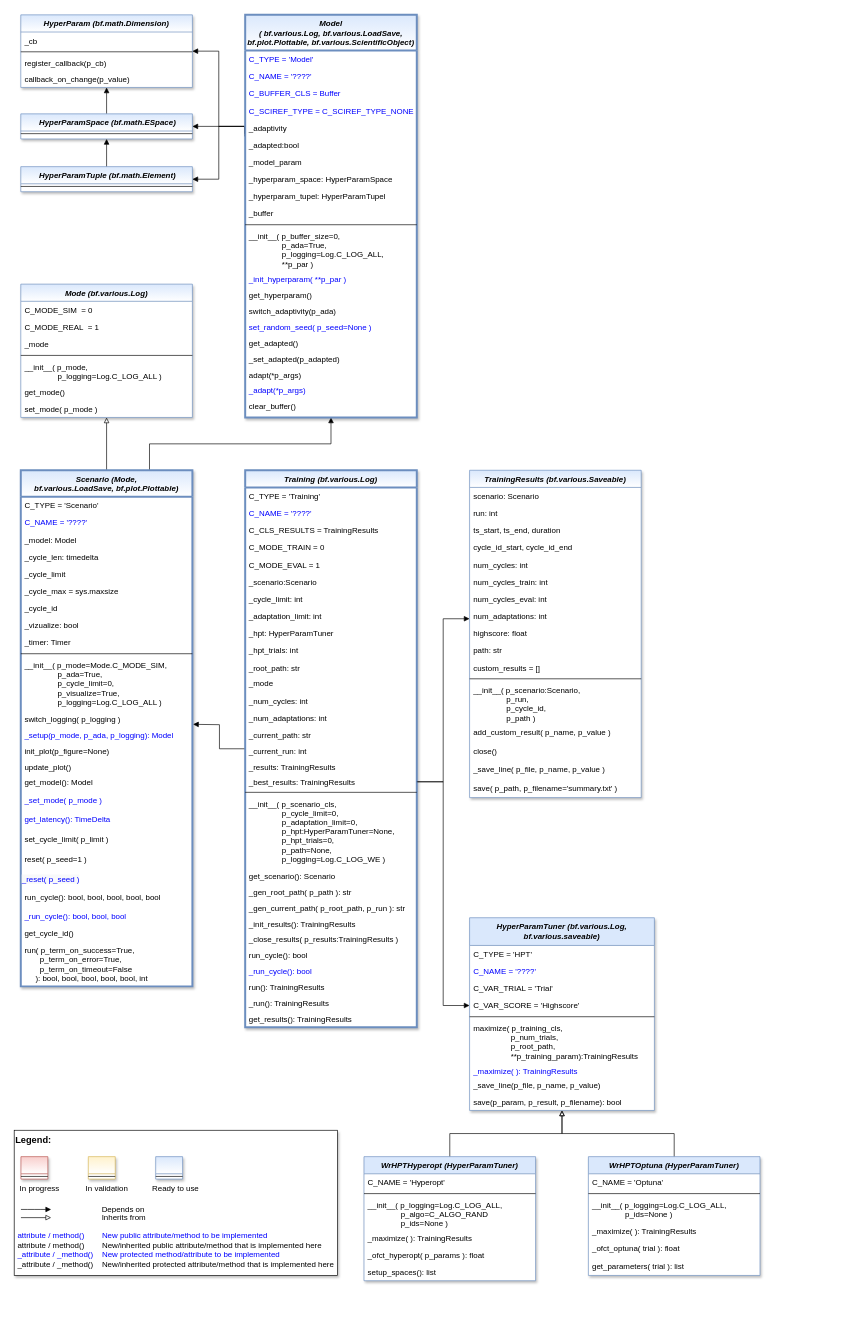
Before: doc/rtd/content/append2/core/images/bf/MLPro-BF-ML_class_diagram.drawio in fhswf/MLPro, a draw.io diagram. Source tidied: cells renumbered, new cells numbered last; positions are measured from the earlier drawing's top-left corner, leaving out a move shared by most shapes. Both pictures are drawn from the tidied source at 66%, with x=0, y=0 at pixel (14, 15).
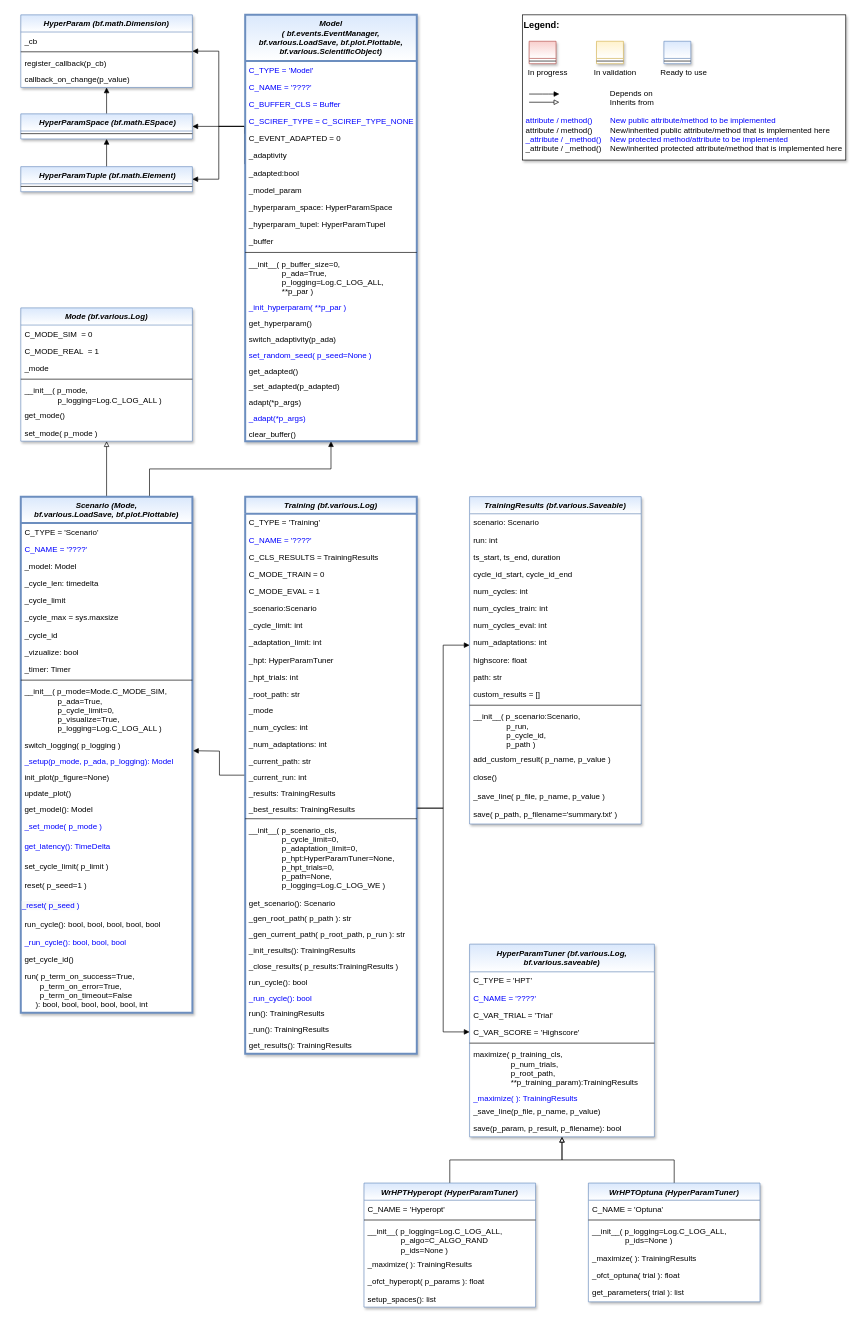
After the change.

Commit message (it also covers changes not shown here):
BF.ML.Model: Event Handling

Unchanged cells that the change refers to:
```xml
<mxCell id="36" value="C_VAR_SCORE = 'Highscore'" style="text;align=left;verticalAlign=top;spacingLeft=4;spacingRight=4;overflow=hidden;points=[[0,0.5],[1,0.5]];portConstraint=eastwest;fontColor=#000000;" parent="32" vertex="1">
  <mxGeometry y="120" width="280" height="26" as="geometry" />
</mxCell>
<mxCell id="126" value="_best_results: TrainingResults" style="text;align=left;verticalAlign=top;spacingLeft=4;spacingRight=4;overflow=hidden;points=[[0,0.5],[1,0.5]];portConstraint=eastwest;" parent="108" vertex="1">
  <mxGeometry y="460" width="260" height="24" as="geometry" />
</mxCell>
```

The edit, as a diff of the source:
```diff
@@
     <mxCell id="14" value="TrainingResults (bf.various.Saveable)" style="swimlane;fontStyle=3;align=center;verticalAlign=top;horizontal=1;startSize=26;rounded=0;shadow=1;strokeWidth=1;fillColor=#dae8fc;strokeColor=#6c8ebf;gradientColor=#ffffff;swimlaneFillColor=#ffffff;" parent="1" vertex="1">
-      <mxGeometry x="690" y="690" width="260" height="496" as="geometry" />
+      <mxGeometry x="690" y="730" width="260" height="496" as="geometry" />
     </mxCell>
@@
-    <mxCell id="32" value="HyperParamTuner (bf.various.Log,&#10;bf.various.saveable)" style="swimlane;fontStyle=3;align=center;verticalAlign=top;horizontal=1;startSize=42;rounded=0;shadow=1;strokeWidth=1;fillColor=#dae8fc;strokeColor=#6c8ebf;swimlaneFillColor=#ffffff;" parent="1" vertex="1">
-      <mxGeometry x="690" y="1368" width="280" height="292" as="geometry" />
+    <mxCell id="32" value="HyperParamTuner (bf.various.Log,&#10;bf.various.saveable)" style="swimlane;fontStyle=3;align=center;verticalAlign=top;horizontal=1;startSize=42;rounded=0;shadow=1;strokeWidth=1;fillColor=#dae8fc;strokeColor=#6c8ebf;swimlaneFillColor=#ffffff;gradientColor=#ffffff;" parent="1" vertex="1">
+      <mxGeometry x="690" y="1408" width="280" height="292" as="geometry" />
     </mxCell>
@@
-    <mxCell id="43" value="WrHPTOptuna (HyperParamTuner)" style="swimlane;fontStyle=3;align=center;verticalAlign=top;horizontal=1;startSize=26;rounded=0;shadow=1;strokeWidth=1;fillColor=#dae8fc;strokeColor=#6c8ebf;swimlaneFillColor=#ffffff;" parent="1" vertex="1">
-      <mxGeometry x="870" y="1730" width="260" height="180" as="geometry" />
+    <mxCell id="43" value="WrHPTOptuna (HyperParamTuner)" style="swimlane;fontStyle=3;align=center;verticalAlign=top;horizontal=1;startSize=26;rounded=0;shadow=1;strokeWidth=1;fillColor=#dae8fc;strokeColor=#6c8ebf;swimlaneFillColor=#ffffff;gradientColor=#ffffff;" parent="1" vertex="1">
+      <mxGeometry x="870" y="1770" width="260" height="180" as="geometry" />
     </mxCell>
@@
-    <mxCell id="51" value="WrHPTHyperopt (HyperParamTuner)" style="swimlane;fontStyle=3;align=center;verticalAlign=top;horizontal=1;startSize=26;rounded=0;shadow=1;strokeWidth=1;fillColor=#dae8fc;strokeColor=#6c8ebf;swimlaneFillColor=#ffffff;" parent="1" vertex="1">
-      <mxGeometry x="530" y="1730" width="260" height="188" as="geometry" />
+    <mxCell id="51" value="WrHPTHyperopt (HyperParamTuner)" style="swimlane;fontStyle=3;align=center;verticalAlign=top;horizontal=1;startSize=26;rounded=0;shadow=1;strokeWidth=1;fillColor=#dae8fc;strokeColor=#6c8ebf;swimlaneFillColor=#ffffff;gradientColor=#ffffff;" parent="1" vertex="1">
+      <mxGeometry x="530" y="1770" width="260" height="188" as="geometry" />
     </mxCell>
@@
     <mxCell id="58" value="Mode (bf.various.Log)" style="swimlane;fontStyle=3;align=center;verticalAlign=top;horizontal=1;startSize=26;rounded=0;shadow=1;strokeWidth=1;fillColor=#dae8fc;strokeColor=#6c8ebf;gradientColor=#ffffff;swimlaneFillColor=#ffffff;" parent="1" vertex="1">
-      <mxGeometry x="10" y="408" width="260" height="202" as="geometry" />
+      <mxGeometry x="10" y="444" width="260" height="202" as="geometry" />
     </mxCell>
@@
     <mxCell id="68" value="Scenario (Mode, &#10;bf.various.LoadSave, bf.plot.Plottable)" style="swimlane;fontStyle=3;align=center;verticalAlign=top;horizontal=1;startSize=40;rounded=0;shadow=1;strokeWidth=3;fillColor=#dae8fc;strokeColor=#6c8ebf;gradientColor=#ffffff;swimlaneFillColor=#ffffff;" parent="1" vertex="1">
-      <mxGeometry x="10" y="690" width="260" height="782" as="geometry" />
+      <mxGeometry x="10" y="730" width="260" height="782" as="geometry" />
     </mxCell>
@@
     <mxCell id="94" style="group;" parent="1" vertex="1">
-      <mxGeometry y="1690" width="490" height="220" as="geometry" />
+      <mxGeometry x="770" width="490" height="220" as="geometry" />
     </mxCell>
@@
     <mxCell id="106" style="edgeStyle=orthogonalEdgeStyle;rounded=0;jettySize=auto;html=1;endArrow=block;endFill=1;exitX=1;exitY=0.5;exitDx=0;exitDy=0;" parent="1" edge="1" source="126" target="14">
       <mxGeometry relative="1" as="geometry">
         <Array as="points">
-          <mxPoint x="650" y="1162" />
-          <mxPoint x="650" y="915" />
+          <mxPoint x="650" y="1202" />
+          <mxPoint x="650" y="955" />
         </Array>
       </mxGeometry>
     </mxCell>
     <mxCell id="107" style="edgeStyle=orthogonalEdgeStyle;rounded=0;jettySize=auto;html=1;endArrow=block;endFill=1;" parent="1" edge="1" source="108">
       <mxGeometry relative="1" as="geometry">
-        <mxPoint x="271" y="1075" as="targetPoint" />
+        <mxPoint x="271" y="1115" as="targetPoint" />
       </mxGeometry>
     </mxCell>
     <mxCell id="108" value="Training (bf.various.Log)" style="swimlane;fontStyle=3;align=center;verticalAlign=top;horizontal=1;startSize=26;rounded=0;shadow=1;strokeWidth=3;fillColor=#dae8fc;strokeColor=#6c8ebf;gradientColor=#ffffff;swimlaneFillColor=#ffffff;" parent="1" vertex="1">
-      <mxGeometry x="350" y="690" width="260" height="844" as="geometry" />
+      <mxGeometry x="350" y="730" width="260" height="844" as="geometry" />
     </mxCell>
@@
-    <mxCell id="139" value="Model &#10;( bf.various.Log, bf.various.LoadSave, &#10;bf.plot.Plottable, bf.various.ScientificObject)" style="swimlane;fontStyle=3;align=center;verticalAlign=top;horizontal=1;startSize=54;rounded=0;shadow=1;strokeWidth=3;fillColor=#dae8fc;strokeColor=#6c8ebf;gradientColor=#ffffff;swimlaneFillColor=#ffffff;" parent="1" vertex="1">
-      <mxGeometry x="350" width="260" height="610" as="geometry" />
+    <mxCell id="139" value="Model &#10;( bf.events.EventManager, &#10;bf.various.LoadSave, bf.plot.Plottable, &#10;bf.various.ScientificObject)" style="swimlane;fontStyle=3;align=center;verticalAlign=top;horizontal=1;startSize=70;rounded=0;shadow=1;strokeWidth=3;fillColor=#dae8fc;strokeColor=#6c8ebf;gradientColor=#ffffff;swimlaneFillColor=#ffffff;" parent="1" vertex="1">
+      <mxGeometry x="350" width="260" height="646" as="geometry" />
     </mxCell>
     <mxCell id="140" value="C_TYPE = 'Model'" style="text;align=left;verticalAlign=top;spacingLeft=4;spacingRight=4;overflow=hidden;fontColor=#0000FF;" parent="139" vertex="1">
-      <mxGeometry y="54" width="260" height="26" as="geometry" />
+      <mxGeometry y="70" width="260" height="26" as="geometry" />
     </mxCell>
     <mxCell id="141" value="C_NAME = '????'" style="text;align=left;verticalAlign=top;spacingLeft=4;spacingRight=4;overflow=hidden;fontColor=#0000FF;" parent="139" vertex="1">
-      <mxGeometry y="80" width="260" height="26" as="geometry" />
+      <mxGeometry y="96" width="260" height="26" as="geometry" />
     </mxCell>
     <mxCell id="142" value="C_BUFFER_CLS = Buffer" style="text;align=left;verticalAlign=top;spacingLeft=4;spacingRight=4;overflow=hidden;fontColor=#0000FF;" parent="139" vertex="1">
-      <mxGeometry y="106" width="260" height="26" as="geometry" />
+      <mxGeometry y="122" width="260" height="26" as="geometry" />
     </mxCell>
     <mxCell id="143" value="C_SCIREF_TYPE = C_SCIREF_TYPE_NONE" style="text;align=left;verticalAlign=top;spacingLeft=4;spacingRight=4;overflow=hidden;fontColor=#0000FF;" parent="139" vertex="1">
-      <mxGeometry y="132" width="260" height="26" as="geometry" />
+      <mxGeometry y="148" width="260" height="26" as="geometry" />
     </mxCell>
+    <mxCell id="162" value="C_EVENT_ADAPTED = 0" style="text;align=left;verticalAlign=top;spacingLeft=4;spacingRight=4;overflow=hidden;fontColor=default;" parent="139" vertex="1">
+      <mxGeometry y="174" width="260" height="26" as="geometry" />
+    </mxCell>
     <mxCell id="144" value="_adaptivity" style="text;align=left;verticalAlign=top;spacingLeft=4;spacingRight=4;overflow=hidden;points=[[0,0.5],[1,0.5]];portConstraint=eastwest;" parent="139" vertex="1">
-      <mxGeometry y="158" width="260" height="26" as="geometry" />
+      <mxGeometry y="200" width="260" height="26" as="geometry" />
     </mxCell>
     <mxCell id="145" value="_adapted:bool" style="text;align=left;verticalAlign=top;spacingLeft=4;spacingRight=4;overflow=hidden;points=[[0,0.5],[1,0.5]];portConstraint=eastwest;" parent="139" vertex="1">
-      <mxGeometry y="184" width="260" height="26" as="geometry" />
+      <mxGeometry y="226" width="260" height="26" as="geometry" />
     </mxCell>
     <mxCell id="146" value="_model_param" style="text;align=left;verticalAlign=top;spacingLeft=4;spacingRight=4;overflow=hidden;" parent="139" vertex="1">
-      <mxGeometry y="210" width="260" height="26" as="geometry" />
+      <mxGeometry y="252" width="260" height="26" as="geometry" />
     </mxCell>
     <mxCell id="147" value="_hyperparam_space: HyperParamSpace" style="text;align=left;verticalAlign=top;spacingLeft=4;spacingRight=4;overflow=hidden;" parent="139" vertex="1">
-      <mxGeometry y="236" width="260" height="26" as="geometry" />
+      <mxGeometry y="278" width="260" height="26" as="geometry" />
     </mxCell>
     <mxCell id="148" value="_hyperparam_tupel: HyperParamTupel" style="text;align=left;verticalAlign=top;spacingLeft=4;spacingRight=4;overflow=hidden;" parent="139" vertex="1">
-      <mxGeometry y="262" width="260" height="26" as="geometry" />
+      <mxGeometry y="304" width="260" height="26" as="geometry" />
     </mxCell>
     <mxCell id="149" value="_buffer" style="text;align=left;verticalAlign=top;spacingLeft=4;spacingRight=4;overflow=hidden;" parent="139" vertex="1">
-      <mxGeometry y="288" width="260" height="26" as="geometry" />
+      <mxGeometry y="330" width="260" height="26" as="geometry" />
     </mxCell>
     <mxCell id="150" style="line;html=1;strokeWidth=1;align=left;verticalAlign=middle;spacingTop=-1;spacingLeft=3;spacingRight=3;labelPosition=right;" parent="139" vertex="1">
-      <mxGeometry y="314" width="260" height="8" as="geometry" />
+      <mxGeometry y="356" width="260" height="8" as="geometry" />
     </mxCell>
     <mxCell id="151" value="__init__( p_buffer_size=0,&#10;               p_ada=True, &#10;               p_logging=Log.C_LOG_ALL,&#10;               **p_par )" style="text;align=left;verticalAlign=top;spacingLeft=4;spacingRight=4;overflow=hidden;" parent="139" vertex="1">
-      <mxGeometry y="322" width="260" height="66" as="geometry" />
+      <mxGeometry y="364" width="260" height="66" as="geometry" />
     </mxCell>
     <mxCell id="152" value="_init_hyperparam( **p_par )" style="text;align=left;verticalAlign=top;spacingLeft=4;spacingRight=4;overflow=hidden;fontColor=#0000FF;" parent="139" vertex="1">
-      <mxGeometry y="388" width="260" height="24" as="geometry" />
+      <mxGeometry y="430" width="260" height="24" as="geometry" />
     </mxCell>
     <mxCell id="153" value="get_hyperparam()" style="text;align=left;verticalAlign=top;spacingLeft=4;spacingRight=4;overflow=hidden;" parent="139" vertex="1">
-      <mxGeometry y="412" width="260" height="24" as="geometry" />
+      <mxGeometry y="454" width="260" height="24" as="geometry" />
     </mxCell>
     <mxCell id="154" value="switch_adaptivity(p_ada)" style="text;align=left;verticalAlign=top;spacingLeft=4;spacingRight=4;overflow=hidden;" parent="139" vertex="1">
-      <mxGeometry y="436" width="260" height="24" as="geometry" />
+      <mxGeometry y="478" width="260" height="24" as="geometry" />
     </mxCell>
     <mxCell id="155" value="set_random_seed( p_seed=None )" style="text;align=left;verticalAlign=top;spacingLeft=4;spacingRight=4;overflow=hidden;fontColor=#0000FF;" parent="139" vertex="1">
-      <mxGeometry y="460" width="260" height="24" as="geometry" />
+      <mxGeometry y="502" width="260" height="24" as="geometry" />
     </mxCell>
     <mxCell id="156" value="get_adapted()" style="text;align=left;verticalAlign=top;spacingLeft=4;spacingRight=4;overflow=hidden;" parent="139" vertex="1">
-      <mxGeometry y="484" width="260" height="24" as="geometry" />
+      <mxGeometry y="526" width="260" height="24" as="geometry" />
     </mxCell>
     <mxCell id="157" value="_set_adapted(p_adapted)" style="text;align=left;verticalAlign=top;spacingLeft=4;spacingRight=4;overflow=hidden;" parent="139" vertex="1">
-      <mxGeometry y="508" width="260" height="24" as="geometry" />
+      <mxGeometry y="550" width="260" height="24" as="geometry" />
     </mxCell>
     <mxCell id="158" value="adapt(*p_args)" style="text;align=left;verticalAlign=top;spacingLeft=4;spacingRight=4;overflow=hidden;" parent="139" vertex="1">
-      <mxGeometry y="532" width="260" height="24" as="geometry" />
+      <mxGeometry y="574" width="260" height="24" as="geometry" />
     </mxCell>
     <mxCell id="159" value="_adapt(*p_args)" style="text;align=left;verticalAlign=top;spacingLeft=4;spacingRight=4;overflow=hidden;fontColor=#0000FF;" parent="139" vertex="1">
-      <mxGeometry y="556" width="260" height="24" as="geometry" />
+      <mxGeometry y="598" width="260" height="24" as="geometry" />
     </mxCell>
     <mxCell id="160" value="clear_buffer()" style="text;align=left;verticalAlign=top;spacingLeft=4;spacingRight=4;overflow=hidden;" parent="139" vertex="1">
-      <mxGeometry y="580" width="260" height="24" as="geometry" />
+      <mxGeometry y="622" width="260" height="24" as="geometry" />
     </mxCell>
     <mxCell id="161" style="edgeStyle=orthogonalEdgeStyle;rounded=0;jettySize=auto;html=1;entryX=0;entryY=0.5;entryDx=0;entryDy=0;endArrow=block;endFill=1;" parent="1" edge="1" source="126" target="36">
       <mxGeometry relative="1" as="geometry">
         <Array as="points">
-          <mxPoint x="650" y="1162" />
-          <mxPoint x="650" y="1501" />
+          <mxPoint x="650" y="1202" />
+          <mxPoint x="650" y="1541" />
         </Array>
       </mxGeometry>
     </mxCell>
```
